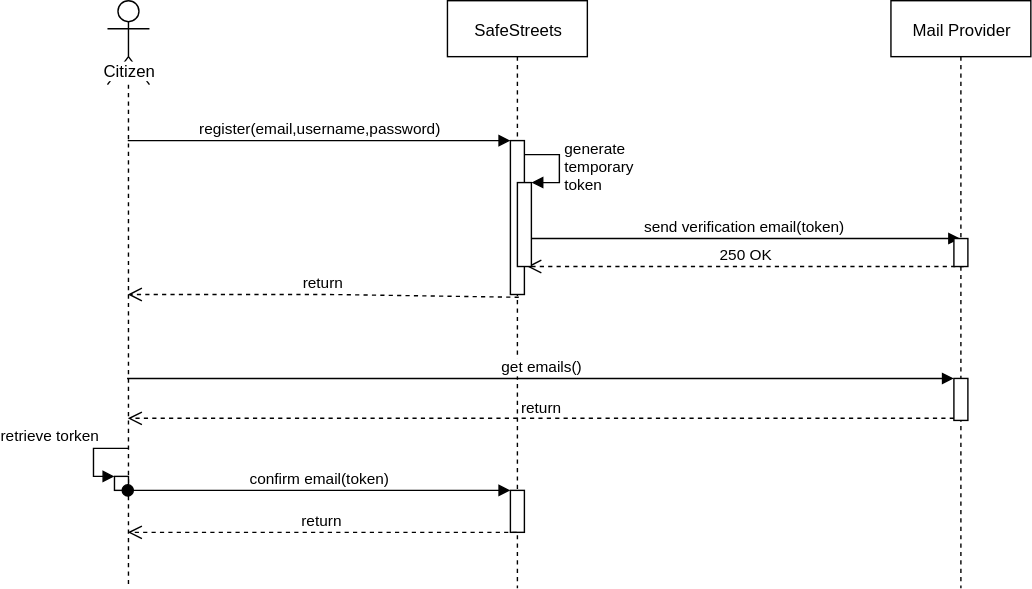
This is UML/Register_Citizen_Sequence_Diagram.svg from University-Projects-Secco/RahbariSecco, a draw.io export, as it was before one commit. Source tidied: cells renumbered, new cells last; positions are measured from the earlier drawing's top-left corner, leaving out a move shared by most shapes.
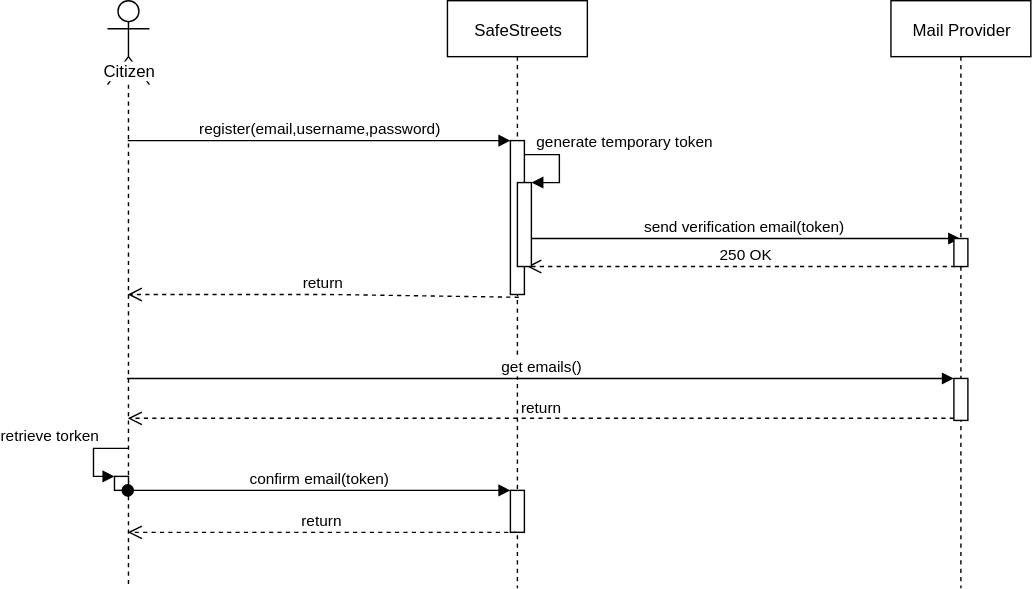
Later version of the same file.

What changed in the source:
```diff
@@ -18,8 +18,8 @@
     <mxCell id="5" style="html=1;points=[];perimeter=orthogonalPerimeter;" parent="4" vertex="1">
       <mxGeometry x="45" y="100" width="10" height="110" as="geometry" />
     </mxCell>
-    <mxCell id="6" value="generate&lt;br&gt;temporary&lt;br&gt;token" style="edgeStyle=orthogonalEdgeStyle;html=1;align=left;spacingLeft=2;endArrow=block;rounded=0;entryX=1;entryY=0;" parent="4" edge="1" target="8">
-      <mxGeometry relative="1" as="geometry">
+    <mxCell id="6" value="generate temporary token" style="edgeStyle=orthogonalEdgeStyle;html=1;align=left;spacingLeft=2;endArrow=block;rounded=0;entryX=1;entryY=0;" parent="4" edge="1" target="8">
+      <mxGeometry x="-0.85" y="10" relative="1" as="geometry">
         <mxPoint x="55" y="110" as="sourcePoint" />
         <Array as="points">
           <mxPoint x="80" y="110" />
```
